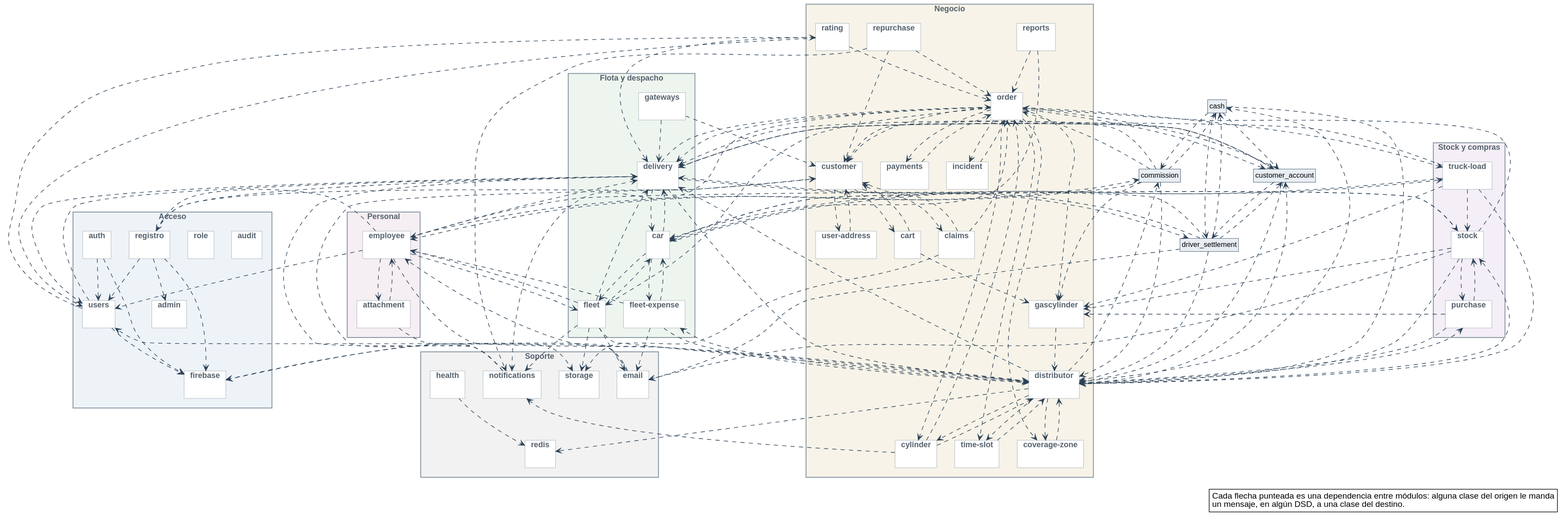
Before: diagramas/clases-diseno/DC_Paquetes.svg, a diagram exported from PlantUML (Nahuelito-Dev/splg-docs).
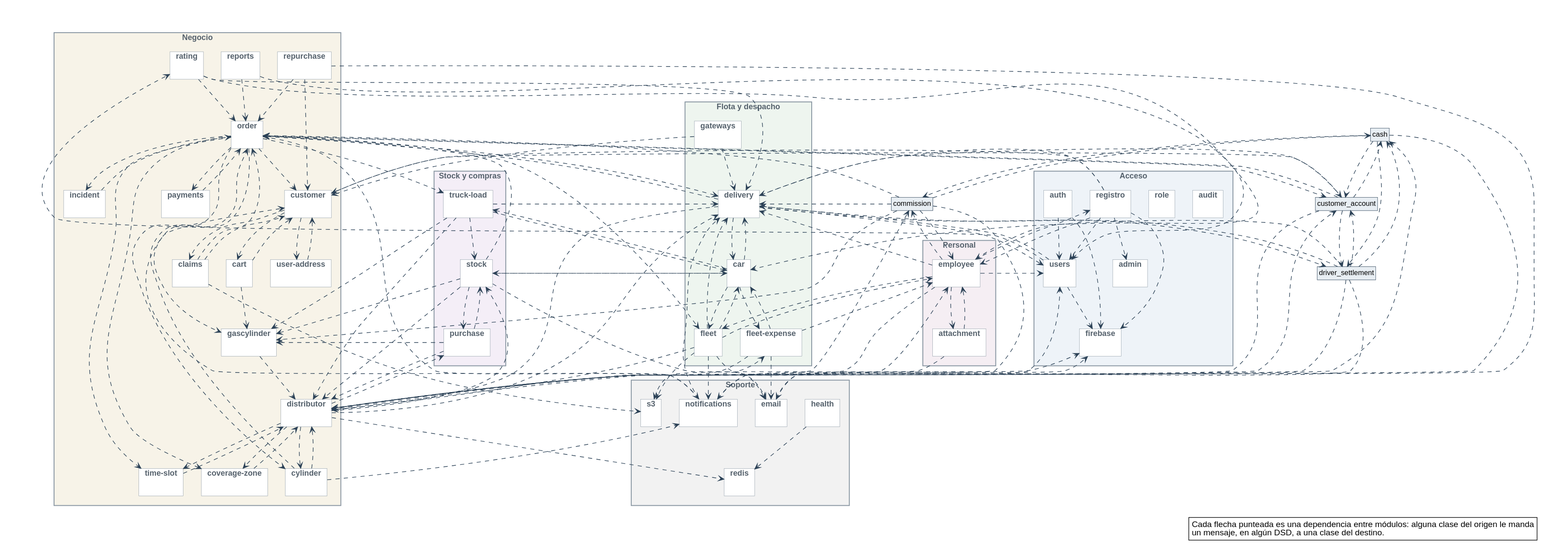
Later version of the same file.

Change to the diagram source:
```diff
@@ -135,7 +135,7 @@
   }
   package "redis" as redis {
   }
-  package "storage" as storage {
+  package "s3" as s3 {
   }
   package "health" as health {
   }
@@ -149,7 +149,7 @@
   }
 }
 attachment ..> employee
-attachment ..> storage
+attachment ..> s3
 auth ..> firebase
 auth ..> users
 car ..> delivery
@@ -165,7 +165,7 @@
 cash ..> driver_settlement
 claims ..> customer
 claims ..> order
-claims ..> storage
+claims ..> s3
 commission ..> cash
 commission ..> delivery
 commission ..> distributor
@@ -176,8 +176,8 @@
 customer ..> cart
 customer ..> claims
 customer ..> user_address
+customer_account ..> cash
 customer_account ..> customer
-customer_account ..> delivery
 customer_account ..> distributor
 customer_account ..> driver_settlement
 customer_account ..> order
@@ -223,7 +223,7 @@
 fleet ..> email
 fleet ..> employee
 fleet ..> notifications
-fleet ..> storage
+fleet ..> s3
 fleet_expense ..> car
 fleet_expense ..> distributor
 fleet_expense ..> email
@@ -258,6 +258,7 @@
 registro ..> admin
 registro ..> customer
 registro ..> delivery
+registro ..> employee
 registro ..> firebase
 registro ..> users
 reports ..> car
```
